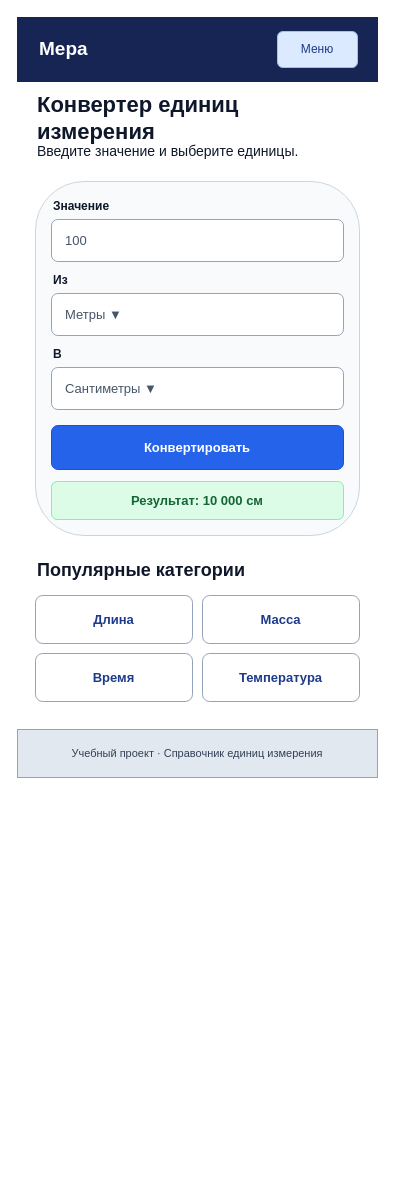
The draw.io diagram page "Главная и конвертер — Mobile" (2 of 11) of design/prototypes.drawio in Anatoly-Sobolev/web, before the edit. Source tidied: cells renumbered, new cells numbered last; positions are measured from the earlier drawing's top-left corner, leaving out a move shared by most shapes. Both pictures are drawn from the tidied source at 100%, with x=0, y=0 at pixel (17, 17).
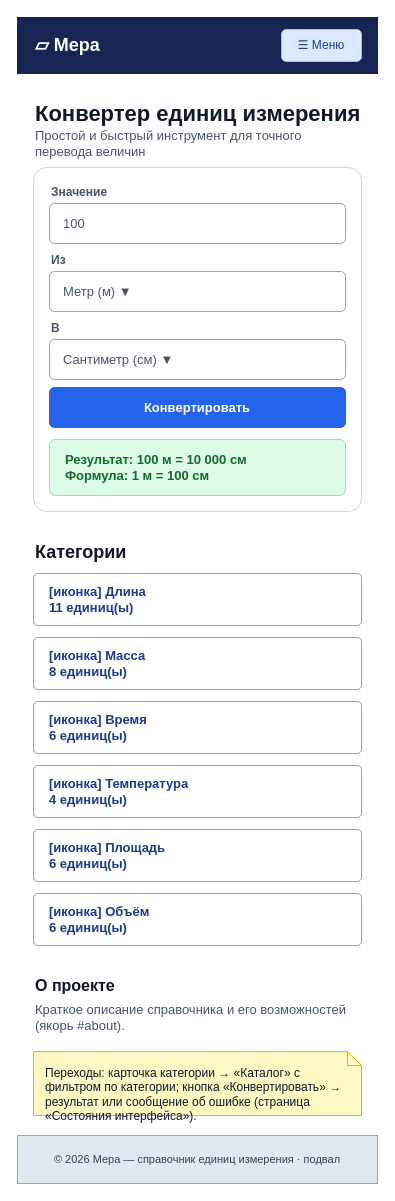
The same diagram, later.

Change to the diagram source:
```diff
@@
-    <mxCell id="2" value="Мера" style="rounded=0;whiteSpace=wrap;html=1;fillColor=#172554;strokeColor=#172554;fontColor=#ffffff;fontSize=19;fontStyle=1;align=left;spacingLeft=20;" parent="1" vertex="1">
-      <mxGeometry width="360" height="64" as="geometry" />
-    </mxCell>
-    <mxCell id="3" value="Меню" style="rounded=1;whiteSpace=wrap;html=1;fillColor=#dbeafe;strokeColor=#93c5fd;fontColor=#1e3a8a;fontSize=12;" parent="1" vertex="1">
-      <mxGeometry x="260" y="14" width="80" height="36" as="geometry" />
-    </mxCell>
+    <mxCell id="21" style="rounded=0;whiteSpace=wrap;html=1;fillColor=#172554;strokeColor=#172554;" parent="1" vertex="1">
+      <mxGeometry width="360" height="56" as="geometry" />
+    </mxCell>
+    <mxCell id="22" value="▱ Мера" style="text;html=1;strokeColor=none;fillColor=none;fontColor=#ffffff;fontSize=18;fontStyle=1;align=left;verticalAlign=middle;" parent="1" vertex="1">
+      <mxGeometry x="16" y="12" width="110" height="32" as="geometry" />
+    </mxCell>
+    <mxCell id="23" value="☰ Меню" style="rounded=1;whiteSpace=wrap;html=1;fillColor=#dbeafe;strokeColor=#93c5fd;fontColor=#1e3a8a;fontSize=12;" parent="1" vertex="1">
+      <mxGeometry x="264" y="12" width="80" height="32" as="geometry" />
+    </mxCell>
     <mxCell id="4" value="Конвертер единиц измерения" style="text;html=1;strokeColor=none;fillColor=none;align=left;verticalAlign=middle;whiteSpace=wrap;fontSize=22;fontStyle=1;fontColor=#0f172a;" parent="1" vertex="1">
-      <mxGeometry x="18" y="82" width="324" height="38" as="geometry" />
+      <mxGeometry x="16" y="80" width="328" height="34" as="geometry" />
     </mxCell>
-    <mxCell id="5" value="Введите значение и выберите единицы." style="text;html=1;strokeColor=none;fillColor=none;align=left;verticalAlign=middle;whiteSpace=wrap;fontSize=14;fontStyle=0;fontColor=#0f172a;" parent="1" vertex="1">
-      <mxGeometry x="18" y="120" width="324" height="28" as="geometry" />
-    </mxCell>
-    <mxCell id="6" style="rounded=1;whiteSpace=wrap;html=1;fillColor=#f8fafc;strokeColor=#cbd5e1;" parent="1" vertex="1">
-      <mxGeometry x="18" y="164" width="324" height="354" as="geometry" />
-    </mxCell>
+    <mxCell id="24" value="Простой и быстрый инструмент для точного перевода величин" style="text;html=1;strokeColor=none;fillColor=none;align=left;verticalAlign=middle;whiteSpace=wrap;fontSize=13;fontStyle=0;fontColor=#475569;" parent="1" vertex="1">
+      <mxGeometry x="16" y="114" width="328" height="24" as="geometry" />
+    </mxCell>
+    <mxCell id="25" style="rounded=1;arcSize=4;whiteSpace=wrap;html=1;fillColor=#ffffff;strokeColor=#cbd5e1;" parent="1" vertex="1">
+      <mxGeometry x="16" y="150" width="328" height="344" as="geometry" />
+    </mxCell>
-    <mxCell id="7" value="Значение" style="text;html=1;strokeColor=none;fillColor=none;align=left;verticalAlign=middle;whiteSpace=wrap;fontSize=12;fontStyle=1;fontColor=#0f172a;" parent="1" vertex="1">
-      <mxGeometry x="34" y="178" width="292" height="22" as="geometry" />
+    <mxCell id="7" value="Значение" style="text;html=1;strokeColor=none;fillColor=none;align=left;verticalAlign=middle;whiteSpace=wrap;fontSize=12;fontStyle=1;fontColor=#475569;" parent="1" vertex="1">
+      <mxGeometry x="32" y="166" width="296" height="18" as="geometry" />
     </mxCell>
-    <mxCell id="8" value="100" style="rounded=1;whiteSpace=wrap;html=1;fillColor=#ffffff;strokeColor=#94a3b8;fontColor=#475569;align=left;spacingLeft=12;fontSize=13;" parent="1" vertex="1">
-      <mxGeometry x="34" y="202" width="292" height="42" as="geometry" />
+    <mxCell id="8" value="100" style="rounded=1;arcSize=12;whiteSpace=wrap;html=1;fillColor=#ffffff;strokeColor=#94a3b8;fontColor=#475569;align=left;spacingLeft=12;fontSize=13;" parent="1" vertex="1">
+      <mxGeometry x="32" y="186" width="296" height="40" as="geometry" />
     </mxCell>
-    <mxCell id="9" value="Из" style="text;html=1;strokeColor=none;fillColor=none;align=left;verticalAlign=middle;whiteSpace=wrap;fontSize=12;fontStyle=1;fontColor=#0f172a;" parent="1" vertex="1">
-      <mxGeometry x="34" y="252" width="292" height="22" as="geometry" />
+    <mxCell id="9" value="Из" style="text;html=1;strokeColor=none;fillColor=none;align=left;verticalAlign=middle;whiteSpace=wrap;fontSize=12;fontStyle=1;fontColor=#475569;" parent="1" vertex="1">
+      <mxGeometry x="32" y="234" width="296" height="18" as="geometry" />
     </mxCell>
-    <mxCell id="10" value="Метры ▼" style="rounded=1;whiteSpace=wrap;html=1;fillColor=#ffffff;strokeColor=#94a3b8;fontColor=#475569;align=left;spacingLeft=12;fontSize=13;" parent="1" vertex="1">
-      <mxGeometry x="34" y="276" width="292" height="42" as="geometry" />
-    </mxCell>
+    <mxCell id="26" value="Метр (м) ▼" style="rounded=1;arcSize=12;whiteSpace=wrap;html=1;fillColor=#ffffff;strokeColor=#94a3b8;fontColor=#475569;align=left;spacingLeft=12;fontSize=13;" parent="1" vertex="1">
+      <mxGeometry x="32" y="254" width="296" height="40" as="geometry" />
+    </mxCell>
-    <mxCell id="11" value="В" style="text;html=1;strokeColor=none;fillColor=none;align=left;verticalAlign=middle;whiteSpace=wrap;fontSize=12;fontStyle=1;fontColor=#0f172a;" parent="1" vertex="1">
-      <mxGeometry x="34" y="326" width="292" height="22" as="geometry" />
+    <mxCell id="11" value="В" style="text;html=1;strokeColor=none;fillColor=none;align=left;verticalAlign=middle;whiteSpace=wrap;fontSize=12;fontStyle=1;fontColor=#475569;" parent="1" vertex="1">
+      <mxGeometry x="32" y="302" width="296" height="18" as="geometry" />
     </mxCell>
-    <mxCell id="12" value="Сантиметры ▼" style="rounded=1;whiteSpace=wrap;html=1;fillColor=#ffffff;strokeColor=#94a3b8;fontColor=#475569;align=left;spacingLeft=12;fontSize=13;" parent="1" vertex="1">
-      <mxGeometry x="34" y="350" width="292" height="42" as="geometry" />
-    </mxCell>
+    <mxCell id="27" value="Сантиметр (см) ▼" style="rounded=1;arcSize=12;whiteSpace=wrap;html=1;fillColor=#ffffff;strokeColor=#94a3b8;fontColor=#475569;align=left;spacingLeft=12;fontSize=13;" parent="1" vertex="1">
+      <mxGeometry x="32" y="322" width="296" height="40" as="geometry" />
+    </mxCell>
-    <mxCell id="13" value="Конвертировать" style="rounded=1;whiteSpace=wrap;html=1;fillColor=#2563eb;strokeColor=#1d4ed8;fontColor=#ffffff;fontStyle=1;fontSize=13;" parent="1" vertex="1">
-      <mxGeometry x="34" y="408" width="292" height="44" as="geometry" />
+    <mxCell id="13" value="Конвертировать" style="rounded=1;arcSize=12;whiteSpace=wrap;html=1;fillColor=#2563eb;strokeColor=#2563eb;fontColor=#ffffff;fontStyle=1;fontSize=13;" parent="1" vertex="1">
+      <mxGeometry x="32" y="370" width="296" height="40" as="geometry" />
     </mxCell>
-    <mxCell id="14" value="Результат: 10 000 см" style="rounded=1;whiteSpace=wrap;html=1;fillColor=#dcfce7;strokeColor=#86efac;fontColor=#166534;fontStyle=1;fontSize=13;" parent="1" vertex="1">
-      <mxGeometry x="34" y="464" width="292" height="38" as="geometry" />
-    </mxCell>
-    <mxCell id="15" value="Популярные категории" style="text;html=1;strokeColor=none;fillColor=none;align=left;verticalAlign=middle;whiteSpace=wrap;fontSize=18;fontStyle=1;fontColor=#0f172a;" parent="1" vertex="1">
-      <mxGeometry x="18" y="538" width="324" height="30" as="geometry" />
-    </mxCell>
-    <mxCell id="16" value="Длина" style="rounded=1;whiteSpace=wrap;html=1;fillColor=#ffffff;strokeColor=#94a3b8;fontColor=#1e3a8a;fontStyle=1;fontSize=13;" parent="1" vertex="1">
-      <mxGeometry x="18" y="578" width="157" height="48" as="geometry" />
-    </mxCell>
-    <mxCell id="17" value="Масса" style="rounded=1;whiteSpace=wrap;html=1;fillColor=#ffffff;strokeColor=#94a3b8;fontColor=#1e3a8a;fontStyle=1;fontSize=13;" parent="1" vertex="1">
-      <mxGeometry x="185" y="578" width="157" height="48" as="geometry" />
-    </mxCell>
-    <mxCell id="18" value="Время" style="rounded=1;whiteSpace=wrap;html=1;fillColor=#ffffff;strokeColor=#94a3b8;fontColor=#1e3a8a;fontStyle=1;fontSize=13;" parent="1" vertex="1">
-      <mxGeometry x="18" y="636" width="157" height="48" as="geometry" />
-    </mxCell>
-    <mxCell id="19" value="Температура" style="rounded=1;whiteSpace=wrap;html=1;fillColor=#ffffff;strokeColor=#94a3b8;fontColor=#1e3a8a;fontStyle=1;fontSize=13;" parent="1" vertex="1">
-      <mxGeometry x="185" y="636" width="157" height="48" as="geometry" />
-    </mxCell>
-    <mxCell id="20" value="Учебный проект · Справочник единиц измерения" style="rounded=0;whiteSpace=wrap;html=1;fillColor=#e2e8f0;strokeColor=#94a3b8;fontColor=#334155;fontSize=11;" parent="1" vertex="1">
-      <mxGeometry y="712" width="360" height="48" as="geometry" />
-    </mxCell>
+    <mxCell id="28" value="Результат: 100 м = 10 000 см&#10;Формула: 1 м = 100 см" style="rounded=1;arcSize=10;whiteSpace=wrap;html=1;fillColor=#dcfce7;strokeColor=#86efac;fontColor=#166534;fontStyle=1;fontSize=13;align=left;spacingLeft=14;" parent="1" vertex="1">
+      <mxGeometry x="32" y="422" width="296" height="56" as="geometry" />
+    </mxCell>
+    <mxCell id="29" value="Категории" style="text;html=1;strokeColor=none;fillColor=none;align=left;verticalAlign=middle;whiteSpace=wrap;fontSize=18;fontStyle=1;fontColor=#0f172a;" parent="1" vertex="1">
+      <mxGeometry x="16" y="522" width="328" height="26" as="geometry" />
+    </mxCell>
+    <mxCell id="30" value="[иконка]  Длина&#10;11 единиц(ы)" style="rounded=1;arcSize=8;whiteSpace=wrap;html=1;fillColor=#ffffff;strokeColor=#94a3b8;fontColor=#1e3a8a;fontStyle=1;fontSize=13;align=left;spacingLeft=14;" parent="1" vertex="1">
+      <mxGeometry x="16" y="556" width="328" height="52" as="geometry" />
+    </mxCell>
+    <mxCell id="31" value="[иконка]  Масса&#10;8 единиц(ы)" style="rounded=1;arcSize=8;whiteSpace=wrap;html=1;fillColor=#ffffff;strokeColor=#94a3b8;fontColor=#1e3a8a;fontStyle=1;fontSize=13;align=left;spacingLeft=14;" parent="1" vertex="1">
+      <mxGeometry x="16" y="620" width="328" height="52" as="geometry" />
+    </mxCell>
+    <mxCell id="32" value="[иконка]  Время&#10;6 единиц(ы)" style="rounded=1;arcSize=8;whiteSpace=wrap;html=1;fillColor=#ffffff;strokeColor=#94a3b8;fontColor=#1e3a8a;fontStyle=1;fontSize=13;align=left;spacingLeft=14;" parent="1" vertex="1">
+      <mxGeometry x="16" y="684" width="328" height="52" as="geometry" />
+    </mxCell>
+    <mxCell id="33" value="[иконка]  Температура&#10;4 единиц(ы)" style="rounded=1;arcSize=8;whiteSpace=wrap;html=1;fillColor=#ffffff;strokeColor=#94a3b8;fontColor=#1e3a8a;fontStyle=1;fontSize=13;align=left;spacingLeft=14;" parent="1" vertex="1">
+      <mxGeometry x="16" y="748" width="328" height="52" as="geometry" />
+    </mxCell>
+    <mxCell id="34" value="[иконка]  Площадь&#10;6 единиц(ы)" style="rounded=1;arcSize=8;whiteSpace=wrap;html=1;fillColor=#ffffff;strokeColor=#94a3b8;fontColor=#1e3a8a;fontStyle=1;fontSize=13;align=left;spacingLeft=14;" parent="1" vertex="1">
+      <mxGeometry x="16" y="812" width="328" height="52" as="geometry" />
+    </mxCell>
+    <mxCell id="35" value="[иконка]  Объём&#10;6 единиц(ы)" style="rounded=1;arcSize=8;whiteSpace=wrap;html=1;fillColor=#ffffff;strokeColor=#94a3b8;fontColor=#1e3a8a;fontStyle=1;fontSize=13;align=left;spacingLeft=14;" parent="1" vertex="1">
+      <mxGeometry x="16" y="876" width="328" height="52" as="geometry" />
+    </mxCell>
+    <mxCell id="36" value="О проекте" style="text;html=1;strokeColor=none;fillColor=none;align=left;verticalAlign=middle;whiteSpace=wrap;fontSize=16;fontStyle=1;fontColor=#0f172a;" parent="1" vertex="1">
+      <mxGeometry x="16" y="956" width="328" height="24" as="geometry" />
+    </mxCell>
+    <mxCell id="37" value="Краткое описание справочника и его возможностей (якорь #about)." style="text;html=1;strokeColor=none;fillColor=none;align=left;verticalAlign=middle;whiteSpace=wrap;fontSize=13;fontStyle=0;fontColor=#475569;" parent="1" vertex="1">
+      <mxGeometry x="16" y="982" width="328" height="36" as="geometry" />
+    </mxCell>
+    <mxCell id="38" value="Переходы: карточка категории → «Каталог» с фильтром по категории; кнопка «Конвертировать» → результат или сообщение об ошибке (страница «Состояния интерфейса»)." style="shape=note;size=14;whiteSpace=wrap;html=1;fillColor=#fef9c3;strokeColor=#eab308;fontColor=#0f172a;fontSize=12;align=left;spacingLeft=10;spacingRight=10;verticalAlign=top;spacingTop=8;" parent="1" vertex="1">
+      <mxGeometry x="16" y="1034" width="328" height="64" as="geometry" />
+    </mxCell>
+    <mxCell id="39" value="© 2026 Мера — справочник единиц измерения · подвал" style="rounded=0;whiteSpace=wrap;html=1;fillColor=#e2e8f0;strokeColor=#94a3b8;fontColor=#334155;fontSize=11;" parent="1" vertex="1">
+      <mxGeometry y="1118" width="360" height="48" as="geometry" />
+    </mxCell>
```
